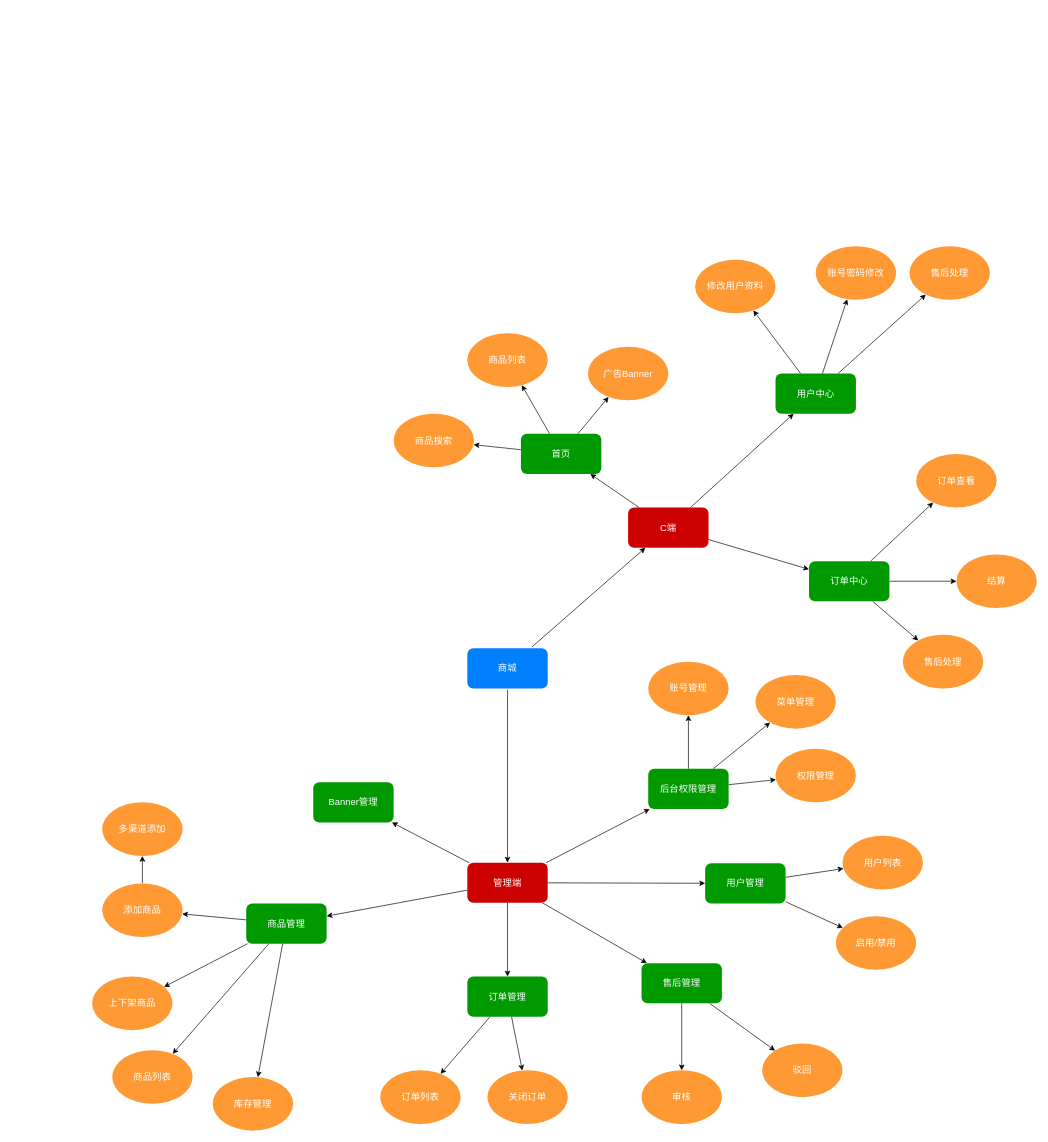
Above: 产品功能.drawio in kuangziyang/shop-design (draw.io), before the change. Source tidied: cells renumbered, new cells numbered last; positions are measured from the earlier drawing's top-left corner, leaving out a move shared by most shapes. Both pictures are drawn from the tidied source at 67%, with x=0, y=0 at pixel (92, 246).
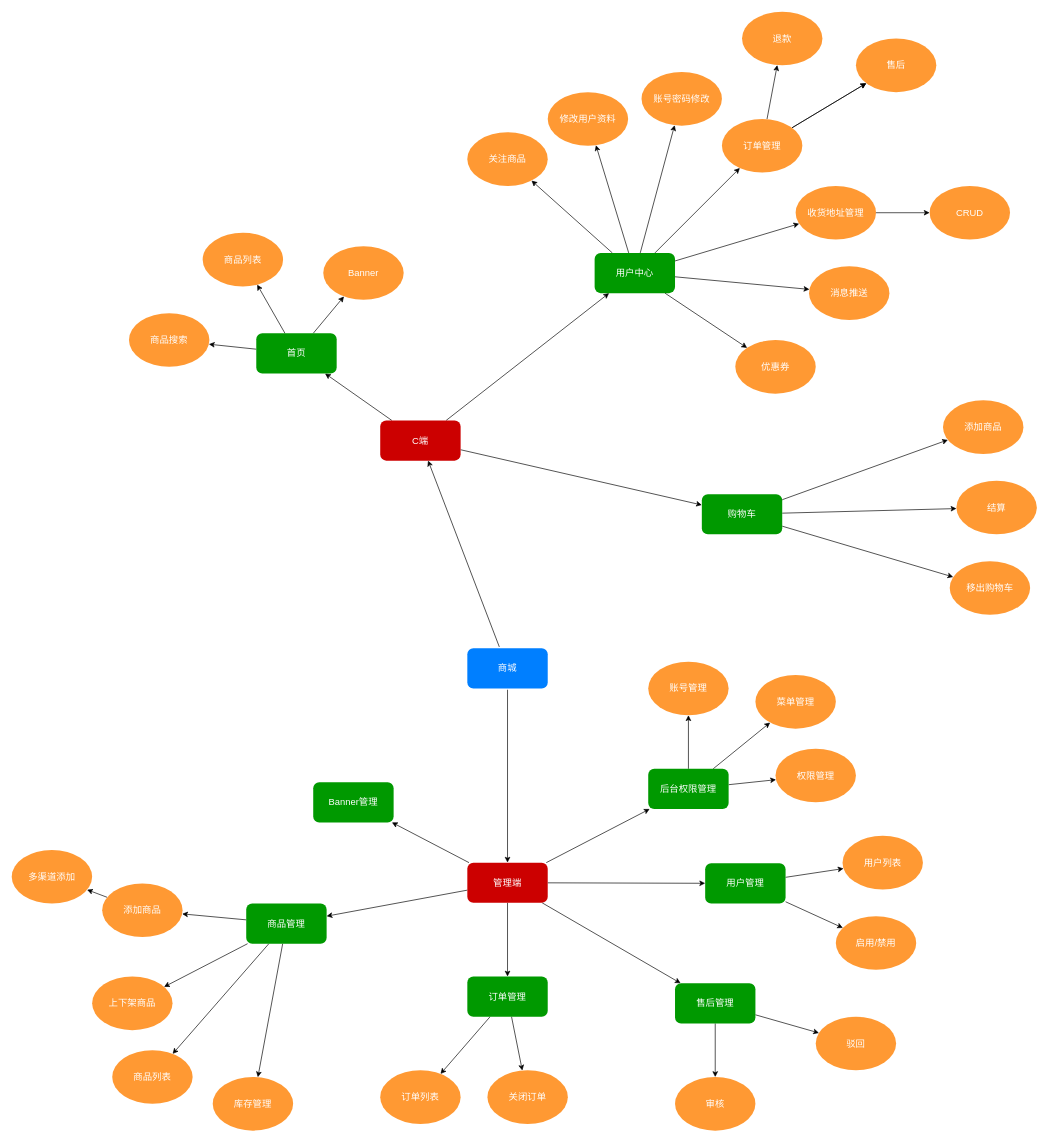
After the change.

Change to the diagram source:
```diff
@@
     <mxCell id="8" value="C端" style="whiteSpace=wrap;html=1;rounded=1;fontSize=14;fontColor=#FFFFFF;strokeColor=none;strokeWidth=3;fillColor=#CC0000;" parent="1" vertex="1">
-      <mxGeometry x="800" y="390" width="120" height="60" as="geometry" />
+      <mxGeometry x="430" y="260" width="120" height="60" as="geometry" />
     </mxCell>
@@
-    <mxCell id="16" value="广告Banner" style="ellipse;whiteSpace=wrap;html=1;rounded=1;fontSize=14;fontColor=#FFFFFF;strokeColor=none;strokeWidth=3;fillColor=#FF9933;" parent="1" vertex="1">
-      <mxGeometry x="740" y="150" width="120" height="80" as="geometry" />
+    <mxCell id="16" value="Banner" style="ellipse;whiteSpace=wrap;html=1;rounded=1;fontSize=14;fontColor=#FFFFFF;strokeColor=none;strokeWidth=3;fillColor=#FF9933;" parent="1" vertex="1">
+      <mxGeometry x="345" width="120" height="80" as="geometry" />
     </mxCell>
     <mxCell id="17" value="商品列表" style="ellipse;whiteSpace=wrap;html=1;rounded=1;fontSize=14;fontColor=#FFFFFF;strokeColor=none;strokeWidth=3;fillColor=#FF9933;" parent="1" vertex="1">
-      <mxGeometry x="560" y="130" width="120" height="80" as="geometry" />
+      <mxGeometry x="165" y="-20" width="120" height="80" as="geometry" />
     </mxCell>
     <mxCell id="18" value="商品搜索" style="ellipse;whiteSpace=wrap;html=1;rounded=1;fontSize=14;fontColor=#FFFFFF;strokeColor=none;strokeWidth=3;fillColor=#FF9933;" parent="1" vertex="1">
-      <mxGeometry x="450" y="250" width="120" height="80" as="geometry" />
+      <mxGeometry x="55" y="100" width="120" height="80" as="geometry" />
     </mxCell>
     <mxCell id="19" value="修改用户资料" style="ellipse;whiteSpace=wrap;html=1;rounded=1;fontSize=14;fontColor=#FFFFFF;strokeColor=none;strokeWidth=3;fillColor=#FF9933;" parent="1" vertex="1">
-      <mxGeometry x="900" y="20" width="120" height="80" as="geometry" />
+      <mxGeometry x="680" y="-230" width="120" height="80" as="geometry" />
     </mxCell>
     <mxCell id="20" value="账号密码修改" style="ellipse;whiteSpace=wrap;html=1;rounded=1;fontSize=14;fontColor=#FFFFFF;strokeColor=none;strokeWidth=3;fillColor=#FF9933;" parent="1" vertex="1">
-      <mxGeometry x="1080" width="120" height="80" as="geometry" />
+      <mxGeometry x="820" y="-260" width="120" height="80" as="geometry" />
     </mxCell>
-    <mxCell id="21" value="订单查看" style="ellipse;whiteSpace=wrap;html=1;rounded=1;fontSize=14;fontColor=#FFFFFF;strokeColor=none;strokeWidth=3;fillColor=#FF9933;" parent="1" vertex="1">
-      <mxGeometry x="1230" y="310" width="120" height="80" as="geometry" />
+    <mxCell id="21" value="添加商品" style="ellipse;whiteSpace=wrap;html=1;rounded=1;fontSize=14;fontColor=#FFFFFF;strokeColor=none;strokeWidth=3;fillColor=#FF9933;" parent="1" vertex="1">
+      <mxGeometry x="1270" y="230" width="120" height="80" as="geometry" />
     </mxCell>
@@
+    <mxCell id="71" style="edgeStyle=none;rounded=0;jettySize=auto;html=1;" parent="1" edge="1" source="25" target="81">
+      <mxGeometry relative="1" as="geometry" />
+    </mxCell>
+    <mxCell id="72" style="edgeStyle=none;rounded=0;jettySize=auto;html=1;" parent="1" edge="1" source="25" target="83">
+      <mxGeometry relative="1" as="geometry" />
+    </mxCell>
+    <mxCell id="73" style="edgeStyle=none;rounded=0;jettySize=auto;html=1;" parent="1" edge="1" source="25" target="84">
+      <mxGeometry relative="1" as="geometry" />
+    </mxCell>
+    <mxCell id="74" style="edgeStyle=none;rounded=0;jettySize=auto;html=1;" parent="1" edge="1" source="25" target="85">
+      <mxGeometry relative="1" as="geometry" />
+    </mxCell>
     <mxCell id="25" value="用户中心" style="whiteSpace=wrap;html=1;rounded=1;fontSize=14;fontColor=#FFFFFF;strokeColor=none;strokeWidth=3;fillColor=#009900;" parent="1" vertex="1">
-      <mxGeometry x="1020" y="190" width="120" height="60" as="geometry" />
+      <mxGeometry x="750" y="10" width="120" height="60" as="geometry" />
     </mxCell>
@@
     <mxCell id="29" value="首页" style="whiteSpace=wrap;html=1;rounded=1;fontSize=14;fontColor=#FFFFFF;strokeColor=none;strokeWidth=3;fillColor=#009900;" parent="1" vertex="1">
-      <mxGeometry x="640" y="280" width="120" height="60" as="geometry" />
+      <mxGeometry x="245" y="130" width="120" height="60" as="geometry" />
     </mxCell>
@@
-    <mxCell id="33" value="订单中心" style="whiteSpace=wrap;html=1;rounded=1;fontSize=14;fontColor=#FFFFFF;strokeColor=none;strokeWidth=3;fillColor=#009900;" parent="1" vertex="1">
-      <mxGeometry x="1070" y="470" width="120" height="60" as="geometry" />
+    <mxCell id="33" value="购物车" style="whiteSpace=wrap;html=1;rounded=1;fontSize=14;fontColor=#FFFFFF;strokeColor=none;strokeWidth=3;fillColor=#009900;" parent="1" vertex="1">
+      <mxGeometry x="910" y="370" width="120" height="60" as="geometry" />
     </mxCell>
     <mxCell id="34" value="结算" style="ellipse;whiteSpace=wrap;html=1;rounded=1;fontSize=14;fontColor=#FFFFFF;strokeColor=none;strokeWidth=3;fillColor=#FF9933;" parent="1" vertex="1">
-      <mxGeometry x="1290" y="460" width="120" height="80" as="geometry" />
+      <mxGeometry x="1290" y="350" width="120" height="80" as="geometry" />
     </mxCell>
-    <mxCell id="35" value="售后处理" style="ellipse;whiteSpace=wrap;html=1;rounded=1;fontSize=14;fontColor=#FFFFFF;strokeColor=none;strokeWidth=3;fillColor=#FF9933;" parent="1" vertex="1">
-      <mxGeometry x="1210" y="580" width="120" height="80" as="geometry" />
+    <mxCell id="35" value="移出购物车" style="ellipse;whiteSpace=wrap;html=1;rounded=1;fontSize=14;fontColor=#FFFFFF;strokeColor=none;strokeWidth=3;fillColor=#FF9933;" parent="1" vertex="1">
+      <mxGeometry x="1280" y="470" width="120" height="80" as="geometry" />
     </mxCell>
+    <mxCell id="75" style="rounded=0;jettySize=auto;html=1;" parent="1" edge="1" source="36" target="78">
+      <mxGeometry relative="1" as="geometry" />
+    </mxCell>
+    <mxCell id="76" style="edgeStyle=none;rounded=0;jettySize=auto;html=1;" parent="1" edge="1" source="36" target="79">
+      <mxGeometry relative="1" as="geometry" />
+    </mxCell>
+    <mxCell id="77" style="edgeStyle=none;rounded=0;jettySize=auto;html=1;" parent="1" edge="1" source="36" target="79">
+      <mxGeometry relative="1" as="geometry" />
+    </mxCell>
-    <mxCell id="36" value="售后处理" style="ellipse;whiteSpace=wrap;html=1;rounded=1;fontSize=14;fontColor=#FFFFFF;strokeColor=none;strokeWidth=3;fillColor=#FF9933;" parent="1" vertex="1">
-      <mxGeometry x="1220" width="120" height="80" as="geometry" />
+    <mxCell id="36" value="订单管理" style="ellipse;whiteSpace=wrap;html=1;rounded=1;fontSize=14;fontColor=#FFFFFF;strokeColor=none;strokeWidth=3;fillColor=#FF9933;" parent="1" vertex="1">
+      <mxGeometry x="940" y="-190" width="120" height="80" as="geometry" />
     </mxCell>
@@
     <mxCell id="44" value="售后管理" style="whiteSpace=wrap;html=1;rounded=1;fontSize=14;fontColor=#FFFFFF;strokeColor=none;strokeWidth=3;fillColor=#009900;" parent="1" vertex="1">
-      <mxGeometry x="820" y="1070" width="120" height="60" as="geometry" />
+      <mxGeometry x="870" y="1100" width="120" height="60" as="geometry" />
     </mxCell>
@@
     <mxCell id="53" value="多渠道添加" style="ellipse;whiteSpace=wrap;html=1;rounded=1;fontSize=14;fontColor=#FFFFFF;strokeColor=none;strokeWidth=3;fillColor=#FF9933;" parent="1" vertex="1">
-      <mxGeometry x="15" y="830" width="120" height="80" as="geometry" />
+      <mxGeometry x="-120" y="901" width="120" height="80" as="geometry" />
     </mxCell>
@@
     <mxCell id="60" value="审核" style="ellipse;whiteSpace=wrap;html=1;rounded=1;fontSize=14;fontColor=#FFFFFF;strokeColor=none;strokeWidth=3;fillColor=#FF9933;" parent="1" vertex="1">
-      <mxGeometry x="820" y="1230" width="120" height="80" as="geometry" />
+      <mxGeometry x="870" y="1240" width="120" height="80" as="geometry" />
     </mxCell>
     <mxCell id="61" value="驳回" style="ellipse;whiteSpace=wrap;html=1;rounded=1;fontSize=14;fontColor=#FFFFFF;strokeColor=none;strokeWidth=3;fillColor=#FF9933;" parent="1" vertex="1">
-      <mxGeometry x="1000" y="1190" width="120" height="80" as="geometry" />
+      <mxGeometry x="1080" y="1150" width="120" height="80" as="geometry" />
     </mxCell>
@@
+    <mxCell id="78" value="退款" style="ellipse;whiteSpace=wrap;html=1;rounded=1;fontSize=14;fontColor=#FFFFFF;strokeColor=none;strokeWidth=3;fillColor=#FF9933;" parent="1" vertex="1">
+      <mxGeometry x="970" y="-350" width="120" height="80" as="geometry" />
+    </mxCell>
+    <mxCell id="79" value="售后" style="ellipse;whiteSpace=wrap;html=1;rounded=1;fontSize=14;fontColor=#FFFFFF;strokeColor=none;strokeWidth=3;fillColor=#FF9933;" parent="1" vertex="1">
+      <mxGeometry x="1140" y="-310" width="120" height="80" as="geometry" />
+    </mxCell>
+    <mxCell id="80" style="edgeStyle=none;rounded=0;jettySize=auto;html=1;" parent="1" edge="1" source="81" target="82">
+      <mxGeometry relative="1" as="geometry" />
+    </mxCell>
+    <mxCell id="81" value="收货地址管理" style="ellipse;whiteSpace=wrap;html=1;rounded=1;fontSize=14;fontColor=#FFFFFF;strokeColor=none;strokeWidth=3;fillColor=#FF9933;" parent="1" vertex="1">
+      <mxGeometry x="1050" y="-90" width="120" height="80" as="geometry" />
+    </mxCell>
+    <mxCell id="82" value="CRUD" style="ellipse;whiteSpace=wrap;html=1;rounded=1;fontSize=14;fontColor=#FFFFFF;strokeColor=none;strokeWidth=3;fillColor=#FF9933;" parent="1" vertex="1">
+      <mxGeometry x="1250" y="-90" width="120" height="80" as="geometry" />
+    </mxCell>
+    <mxCell id="83" value="消息推送" style="ellipse;whiteSpace=wrap;html=1;rounded=1;fontSize=14;fontColor=#FFFFFF;strokeColor=none;strokeWidth=3;fillColor=#FF9933;" parent="1" vertex="1">
+      <mxGeometry x="1070" y="30" width="120" height="80" as="geometry" />
+    </mxCell>
+    <mxCell id="84" value="优惠券" style="ellipse;whiteSpace=wrap;html=1;rounded=1;fontSize=14;fontColor=#FFFFFF;strokeColor=none;strokeWidth=3;fillColor=#FF9933;" parent="1" vertex="1">
+      <mxGeometry x="960" y="140" width="120" height="80" as="geometry" />
+    </mxCell>
+    <mxCell id="85" value="关注商品" style="ellipse;whiteSpace=wrap;html=1;rounded=1;fontSize=14;fontColor=#FFFFFF;strokeColor=none;strokeWidth=3;fillColor=#FF9933;" parent="1" vertex="1">
+      <mxGeometry x="560" y="-170" width="120" height="80" as="geometry" />
+    </mxCell>
```
